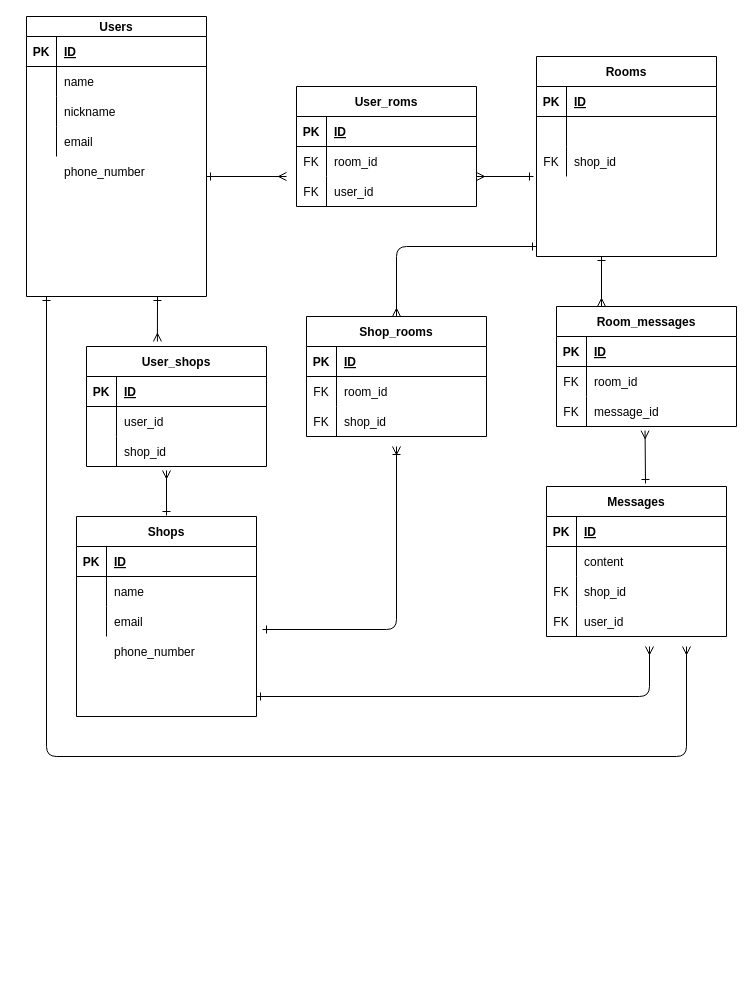
Before: ikitsuke.dio in taip315/aketate, a draw.io diagram. Source tidied: cells renumbered, new cells numbered last; positions are measured from the earlier drawing's top-left corner, leaving out a move shared by most shapes. Both pictures are drawn from the tidied source at 100%, with x=0, y=0 at pixel (26, 16).
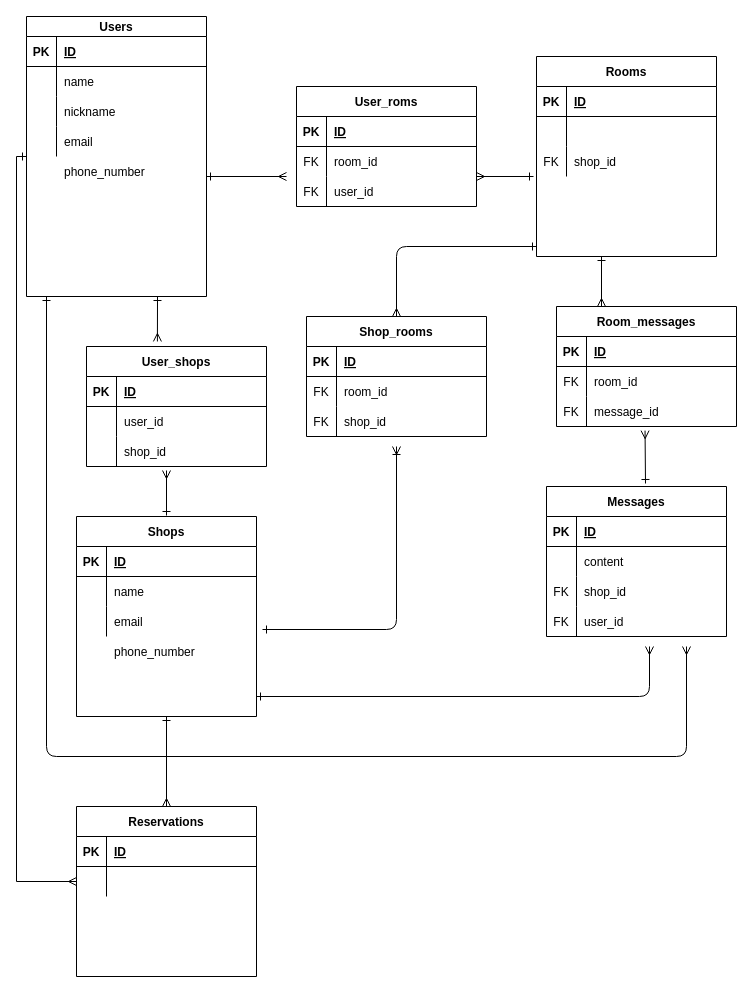
After the change.

Unchanged cells that the change refers to:
```xml
<mxCell id="13" value="Shops" style="shape=table;startSize=30;childLayout=tableLayout;rowLines=0;fontStyle=1;align=center;" parent="1" vertex="1">
  <mxGeometry x="50" y="500" width="180" height="200" as="geometry" />
</mxCell>
<mxCell id="25" value="Users" style="shape=table;startSize=20;childLayout=tableLayout;rowLines=0;fontStyle=1;align=center;" parent="1" vertex="1">
  <mxGeometry width="180" height="280" as="geometry" />
</mxCell>
```

What changed in the source:
```diff
@@
+    <mxCell id="101" style="edgeStyle=orthogonalEdgeStyle;rounded=0;jettySize=auto;html=1;entryX=0.5;entryY=0;entryDx=0;entryDy=0;startArrow=ERone;startFill=0;endArrow=ERmany;endFill=0;" parent="1" edge="1" source="13" target="103">
+      <mxGeometry relative="1" as="geometry" />
+    </mxCell>
@@
+    <mxCell id="102" style="edgeStyle=elbowEdgeStyle;rounded=0;jettySize=auto;html=1;entryX=0;entryY=0.5;entryDx=0;entryDy=0;startArrow=ERone;startFill=0;endArrow=ERmany;endFill=0;" parent="1" edge="1" source="25" target="107">
+      <mxGeometry relative="1" as="geometry">
+        <Array as="points">
+          <mxPoint x="-10" y="573" />
+        </Array>
+      </mxGeometry>
+    </mxCell>
@@
+    <mxCell id="103" value="Reservations" style="shape=table;startSize=30;childLayout=tableLayout;rowLines=0;fontStyle=1;align=center;" parent="1" vertex="1">
+      <mxGeometry x="50" y="790" width="180" height="170" as="geometry" />
+    </mxCell>
+    <mxCell id="104" style="shape=partialRectangle;fillColor=none;top=0;left=0;bottom=1;right=0;" parent="103" vertex="1">
+      <mxGeometry y="30" width="180" height="30" as="geometry" />
+    </mxCell>
+    <mxCell id="105" value="PK" style="shape=partialRectangle;fillColor=none;top=0;left=0;bottom=0;right=0;fontStyle=1;overflow=hidden;" parent="104" vertex="1">
+      <mxGeometry width="30" height="30" as="geometry" />
+    </mxCell>
+    <mxCell id="106" value="ID" style="shape=partialRectangle;fillColor=none;top=0;left=0;bottom=0;right=0;align=left;spacingLeft=6;fontStyle=5;overflow=hidden;" parent="104" vertex="1">
+      <mxGeometry x="30" width="150" height="30" as="geometry" />
+    </mxCell>
+    <mxCell id="107" style="shape=partialRectangle;fillColor=none;top=0;left=0;bottom=0;right=0;points=[[0,0.5],[1,0.5]];portConstraint=eastwest;" parent="103" vertex="1">
+      <mxGeometry y="60" width="180" height="30" as="geometry" />
+    </mxCell>
+    <mxCell id="108" style="shape=partialRectangle;fillColor=none;top=0;left=0;bottom=0;right=0;overflow=hidden;" parent="107" vertex="1">
+      <mxGeometry width="30" height="30" as="geometry" />
+    </mxCell>
+    <mxCell id="109" style="shape=partialRectangle;fillColor=none;top=0;left=0;bottom=0;right=0;align=left;spacingLeft=6;overflow=hidden;" parent="107" vertex="1">
+      <mxGeometry x="30" width="150" height="30" as="geometry" />
+    </mxCell>
```
